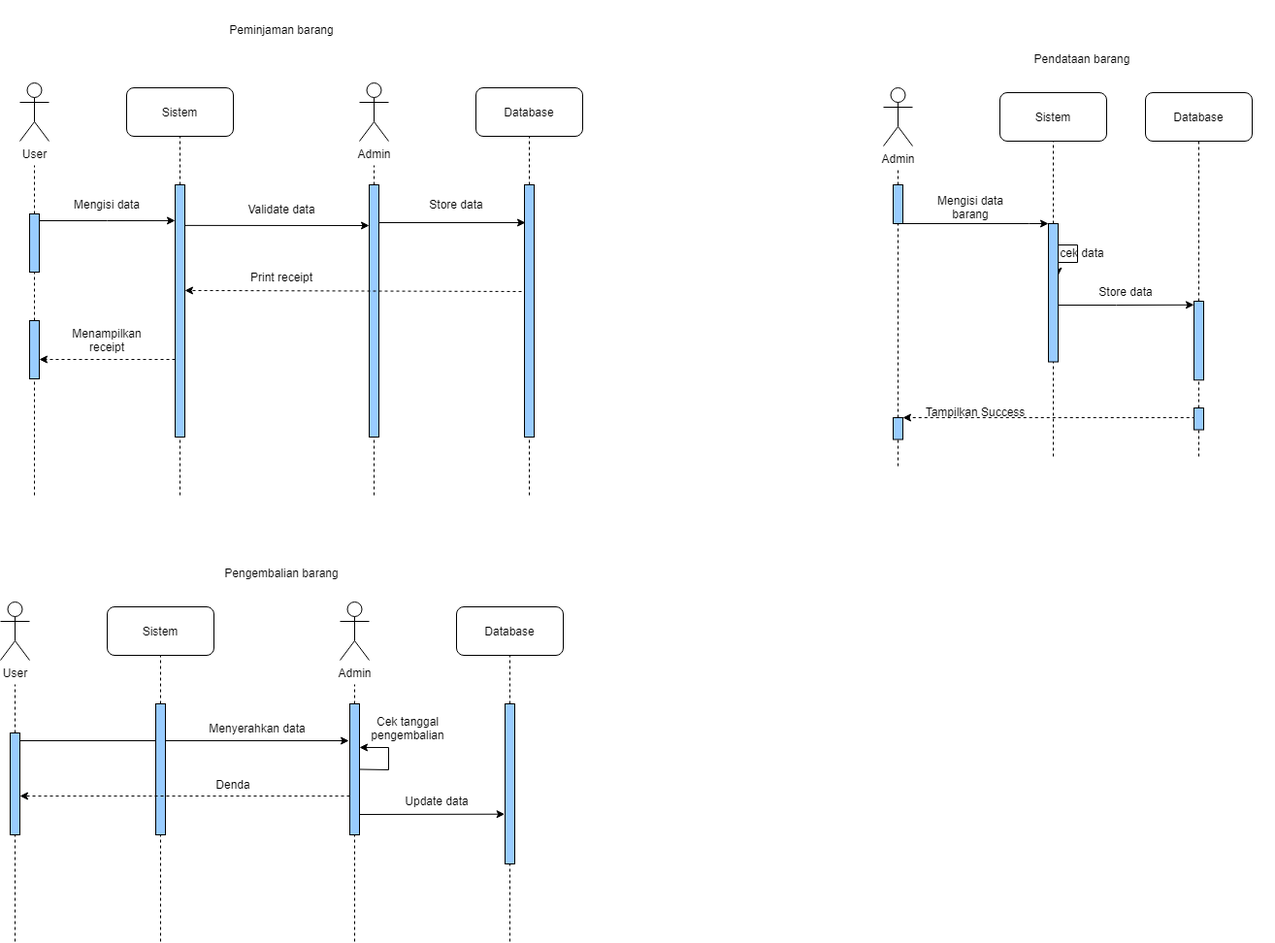
The draw.io diagram diagrams/Sequence Diagram.drawio.png in johannfac/aplikasipeminjamanaset, before a commit. Source tidied: cells renumbered, new cells last; positions are measured from the earlier drawing's top-left corner, leaving out a move shared by most shapes.
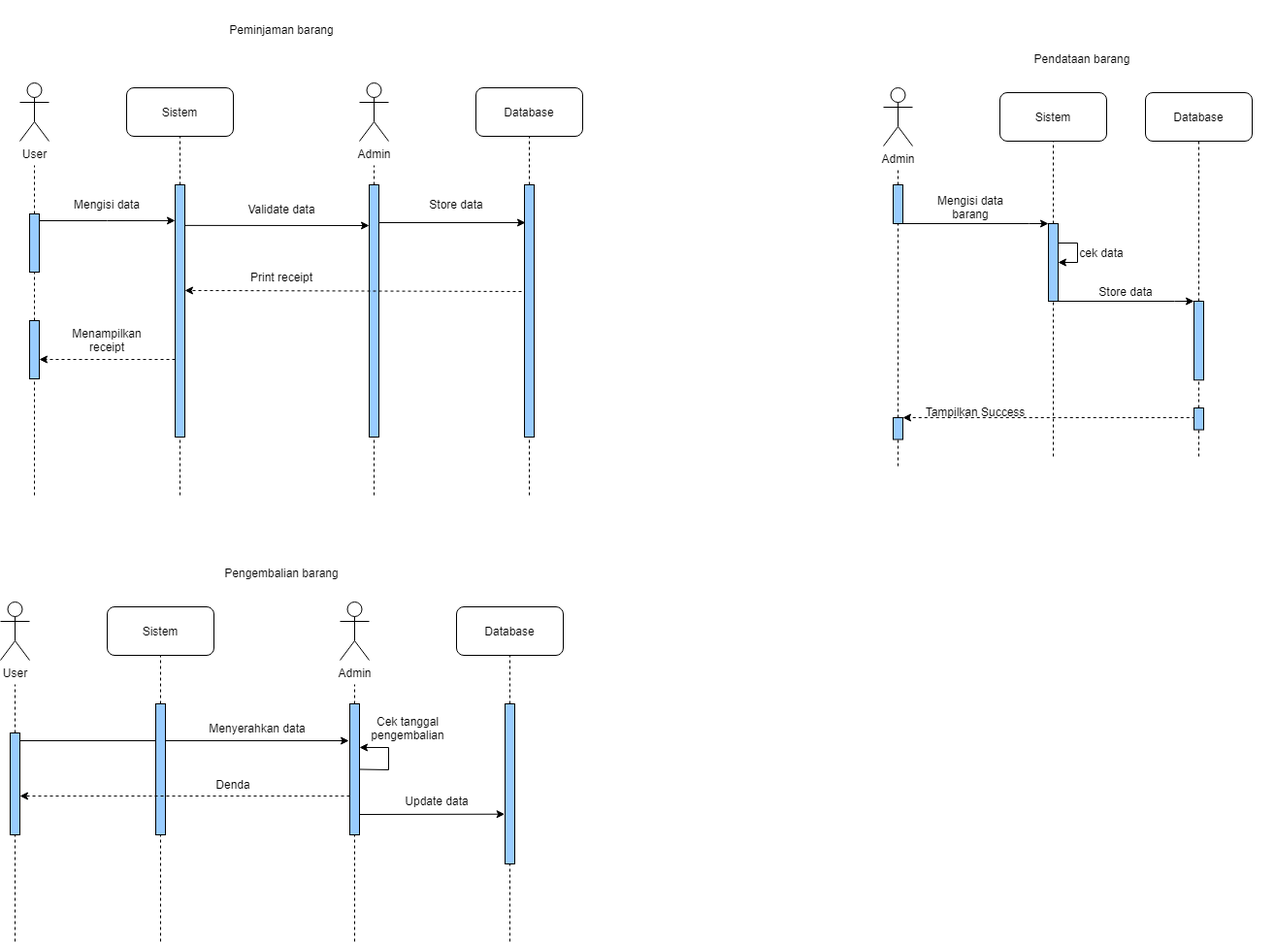
The same file after the commit.

Diff of the diagram source:
```diff
@@ -153,16 +153,16 @@
     <mxCell id="40" style="endArrow=none;dashed=1;html=1;rounded=0;" parent="1" edge="1" source="56" target="39">
       <mxGeometry relative="1" as="geometry" />
     </mxCell>
-    <mxCell id="41" style="edgeStyle=orthogonalEdgeStyle;rounded=0;orthogonalLoop=1;jettySize=auto;html=1;exitX=1;exitY=0.25;exitDx=0;exitDy=0;entryX=1;entryY=0.377;entryDx=0;entryDy=0;entryPerimeter=0;" parent="1" edge="1" source="42" target="42">
+    <mxCell id="41" style="edgeStyle=orthogonalEdgeStyle;rounded=0;orthogonalLoop=1;jettySize=auto;html=1;exitX=1;exitY=0.25;exitDx=0;exitDy=0;endArrow=classic;endFill=1;entryX=1;entryY=0.5;entryDx=0;entryDy=0;" parent="1" edge="1" source="42" target="42">
       <mxGeometry relative="1" as="geometry">
         <Array as="points">
-          <mxPoint x="1110" y="252" />
+          <mxPoint x="1110" y="250" />
           <mxPoint x="1110" y="270" />
         </Array>
       </mxGeometry>
     </mxCell>
     <mxCell id="42" style="rounded=0;whiteSpace=wrap;html=1;fillColor=#99CCFF;" parent="1" vertex="1">
-      <mxGeometry x="1080" y="230" width="10" height="142.5" as="geometry" />
+      <mxGeometry x="1080" y="230" width="10" height="80" as="geometry" />
     </mxCell>
     <mxCell id="43" value="Mengisi data barang" style="text;html=1;strokeColor=none;fillColor=none;align=center;verticalAlign=middle;whiteSpace=wrap;rounded=0;" parent="1" vertex="1">
       <mxGeometry x="960" y="195" width="80" height="35" as="geometry" />
@@ -170,18 +170,16 @@
     <mxCell id="44" style="edgeStyle=orthogonalEdgeStyle;rounded=0;orthogonalLoop=1;jettySize=auto;html=1;exitX=0.5;exitY=1;exitDx=0;exitDy=0;dashed=1;" parent="1" edge="1" source="43" target="43">
       <mxGeometry relative="1" as="geometry" />
     </mxCell>
-    <mxCell id="45" style="edgeStyle=orthogonalEdgeStyle;rounded=0;orthogonalLoop=1;jettySize=auto;html=1;entryX=0;entryY=0;entryDx=0;entryDy=0;" parent="1" edge="1">
+    <mxCell id="45" style="edgeStyle=orthogonalEdgeStyle;rounded=0;jettySize=auto;html=1;entryX=0;entryY=0;entryDx=0;entryDy=0;exitX=1;exitY=1;exitDx=0;exitDy=0;" parent="1" edge="1" source="42" target="48">
       <mxGeometry relative="1" as="geometry">
-        <mxPoint x="1090" y="314" as="sourcePoint" />
-        <mxPoint x="1230" y="313.8" as="targetPoint" />
         <Array as="points">
-          <mxPoint x="1150" y="314" />
-          <mxPoint x="1150" y="314" />
+          <mxPoint x="1210" y="310" />
+          <mxPoint x="1210" y="310" />
         </Array>
       </mxGeometry>
     </mxCell>
     <mxCell id="46" value="Store data" style="text;html=1;strokeColor=none;fillColor=none;align=center;verticalAlign=middle;whiteSpace=wrap;rounded=0;" parent="1" vertex="1">
-      <mxGeometry x="1110" y="290" width="100" height="20" as="geometry" />
+      <mxGeometry x="1130" y="290" width="60" height="20" as="geometry" />
     </mxCell>
     <mxCell id="47" style="edgeStyle=orthogonalEdgeStyle;rounded=0;orthogonalLoop=1;jettySize=auto;html=1;exitX=0.5;exitY=1;exitDx=0;exitDy=0;dashed=1;" parent="1" edge="1" source="46" target="46">
       <mxGeometry relative="1" as="geometry" />
@@ -235,7 +233,7 @@
       </mxGeometry>
     </mxCell>
     <mxCell id="59" value="cek data" style="text;html=1;strokeColor=none;fillColor=none;align=center;verticalAlign=middle;whiteSpace=wrap;rounded=0;" parent="1" vertex="1">
-      <mxGeometry x="1090" y="250" width="50" height="20" as="geometry" />
+      <mxGeometry x="1110" y="250" width="50" height="20" as="geometry" />
     </mxCell>
     <mxCell id="60" value="Sistem" style="rounded=1;whiteSpace=wrap;html=1;" parent="1" vertex="1">
       <mxGeometry x="110" y="625" width="110" height="50" as="geometry" />
```
